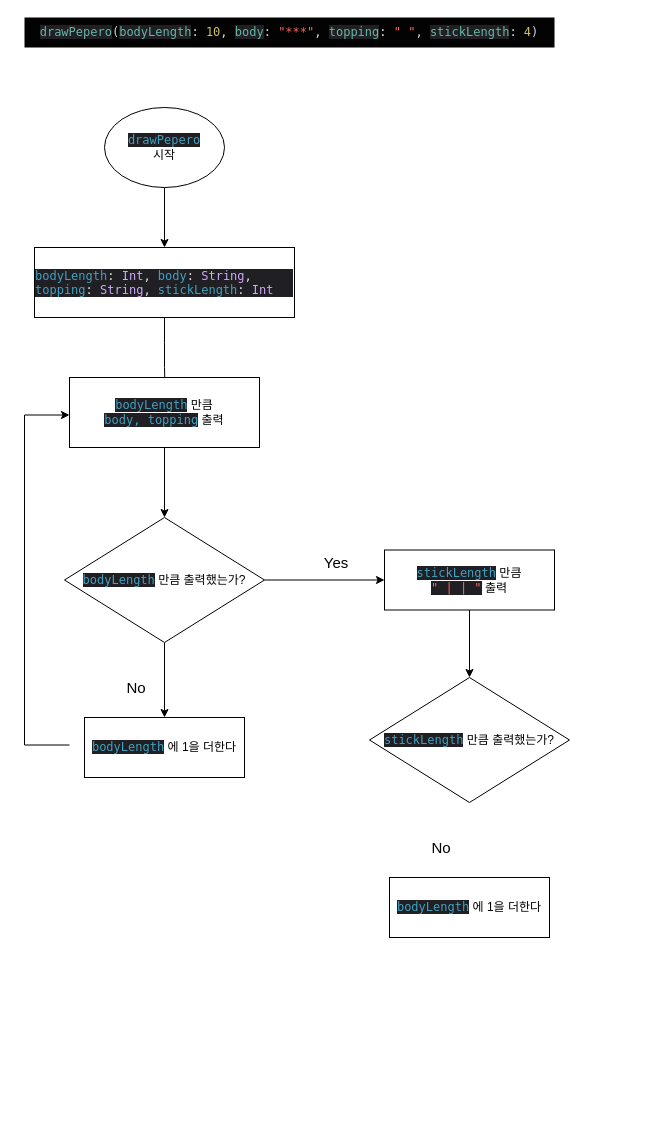
yagom-academy/swift-starter-Round1 keeps this draw.io diagram as Step3/drawPepro.drawio. Above is the earlier version. Source tidied: cells renumbered, new cells numbered last; positions are measured from the earlier drawing's top-left corner, leaving out a move shared by most shapes. Both pictures are drawn from the tidied source at 100%, with x=0, y=0 at pixel (24, 17).
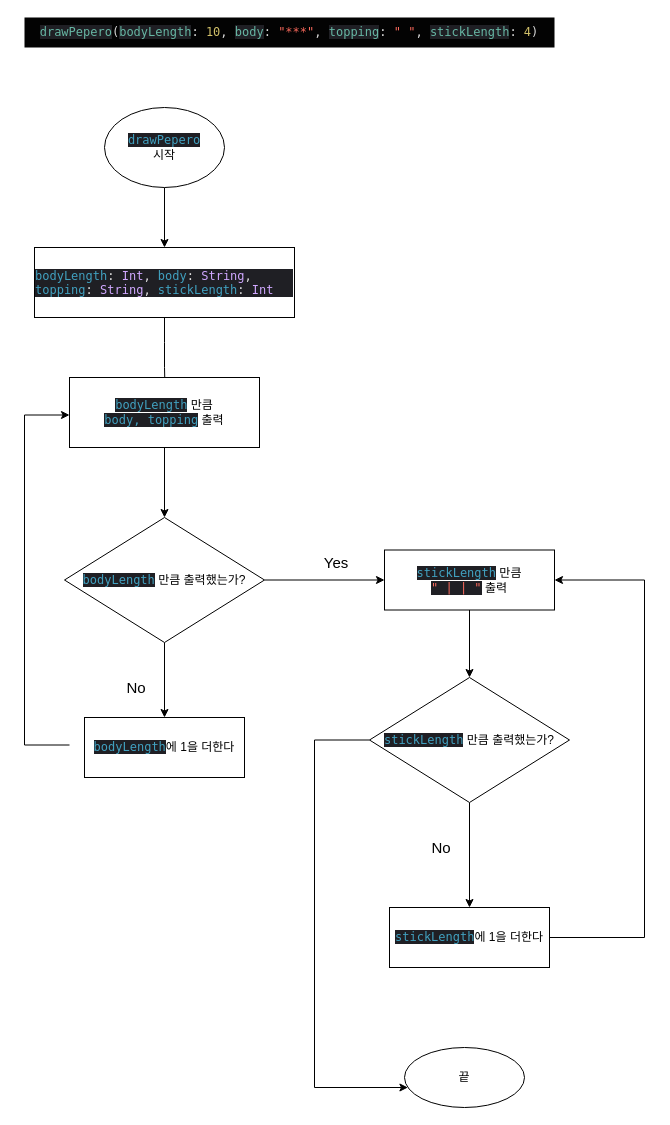
Above is the later version.

Unchanged cells that the change refers to:
```xml
<mxCell id="15" value="&lt;span style=&quot;color: rgb(65, 161, 192); font-family: Menlo; text-align: start; background-color: rgb(31, 31, 36);&quot;&gt;stickLength&lt;/span&gt;&lt;span style=&quot;text-align: start;&quot;&gt;&lt;span style=&quot;text-align: center; background-color: initial;&quot;&gt;&amp;nbsp;만큼&lt;/span&gt;&lt;span style=&quot;background-color: rgb(31, 31, 36); font-family: Menlo; color: rgb(65, 161, 192);&quot;&gt;&lt;br&gt;&lt;/span&gt;&lt;/span&gt;&lt;span style=&quot;background-color: rgb(31, 31, 36); color: rgb(252, 106, 93); font-family: Menlo; text-align: start;&quot;&gt;&quot; | | &quot;&lt;/span&gt;&amp;nbsp;출력&lt;span style=&quot;text-align: start;&quot;&gt;&lt;span style=&quot;background-color: rgb(31, 31, 36); font-family: Menlo; color: rgb(65, 161, 192);&quot;&gt;&lt;br&gt;&lt;/span&gt;&lt;/span&gt;" style="whiteSpace=wrap;html=1;" parent="1" vertex="1">
  <mxGeometry x="360" y="532.5" width="170" height="60" as="geometry" />
</mxCell>
<mxCell id="19" value="&lt;span style=&quot;color: rgb(65, 161, 192); font-family: Menlo; text-align: start; background-color: rgb(31, 31, 36);&quot;&gt;stickLength&lt;/span&gt;&amp;nbsp;만큼 출력했는가?&lt;span style=&quot;color: rgb(65, 161, 192); font-family: Menlo; text-align: start; background-color: rgb(31, 31, 36);&quot;&gt;&lt;br&gt;&lt;/span&gt;" style="rhombus;whiteSpace=wrap;html=1;" parent="1" vertex="1">
  <mxGeometry x="345" y="660" width="200" height="125" as="geometry" />
</mxCell>
```

Change to the diagram source:
```diff
@@
-    <mxCell id="12" value="&lt;span style=&quot;color: rgb(65, 161, 192); font-family: Menlo; text-align: start; background-color: rgb(31, 31, 36);&quot;&gt;bodyLength&lt;/span&gt;&amp;nbsp;에 1을 더한다" style="whiteSpace=wrap;html=1;" parent="1" vertex="1">
+    <mxCell id="12" value="&lt;span style=&quot;color: rgb(65, 161, 192); font-family: Menlo; text-align: start; background-color: rgb(31, 31, 36);&quot;&gt;bodyLength&lt;/span&gt;에 1을 더한다" style="whiteSpace=wrap;html=1;" parent="1" vertex="1">
       <mxGeometry x="60" y="700" width="160" height="60" as="geometry" />
     </mxCell>
@@
+    <mxCell id="22" style="edgeStyle=orthogonalEdgeStyle;rounded=0;jettySize=auto;html=1;entryX=0.5;entryY=0;entryDx=0;entryDy=0;fontSize=15;" parent="1" edge="1" source="19" target="20">
+      <mxGeometry relative="1" as="geometry" />
+    </mxCell>
+    <mxCell id="23" style="edgeStyle=orthogonalEdgeStyle;rounded=0;jettySize=auto;html=1;fontSize=15;" parent="1" edge="1" source="19" target="25">
+      <mxGeometry relative="1" as="geometry">
+        <Array as="points">
+          <mxPoint x="290" y="723" />
+          <mxPoint x="290" y="1070" />
+        </Array>
+      </mxGeometry>
+    </mxCell>
@@
+    <mxCell id="24" style="edgeStyle=orthogonalEdgeStyle;rounded=0;jettySize=auto;html=1;entryX=1;entryY=0.5;entryDx=0;entryDy=0;fontSize=15;" parent="1" edge="1" source="20" target="15">
+      <mxGeometry relative="1" as="geometry">
+        <Array as="points">
+          <mxPoint x="620" y="920" />
+          <mxPoint x="620" y="563" />
+        </Array>
+      </mxGeometry>
+    </mxCell>
-    <mxCell id="20" value="&lt;span style=&quot;color: rgb(65, 161, 192); font-family: Menlo; text-align: start; background-color: rgb(31, 31, 36);&quot;&gt;bodyLength&lt;/span&gt;&amp;nbsp;에 1을 더한다" style="whiteSpace=wrap;html=1;" parent="1" vertex="1">
-      <mxGeometry x="365" y="860" width="160" height="60" as="geometry" />
+    <mxCell id="20" value="&lt;span style=&quot;color: rgb(65, 161, 192); font-family: Menlo; text-align: start; background-color: rgb(31, 31, 36);&quot;&gt;stickLength&lt;/span&gt;에 1을 더한다" style="whiteSpace=wrap;html=1;" parent="1" vertex="1">
+      <mxGeometry x="365" y="890" width="160" height="60" as="geometry" />
     </mxCell>
@@
+    <mxCell id="25" value="끝" style="ellipse;whiteSpace=wrap;html=1;" parent="1" vertex="1">
+      <mxGeometry x="380" y="1030" width="120" height="60" as="geometry" />
+    </mxCell>
```
